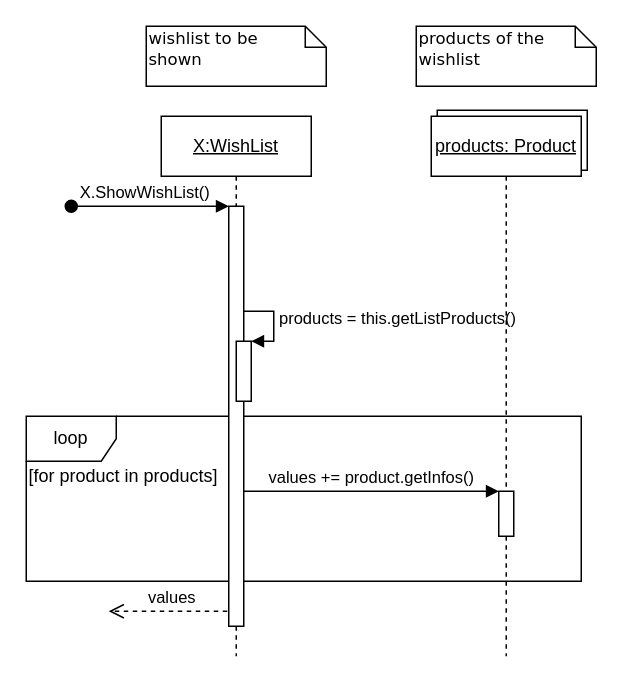
Earlier version of the draw.io diagram Diagrammes/SequenceDiagrams/showWishlist.drawio (NNepper/LSINF1225-2020-GroupeL1.1-WishList). Source tidied: cells renumbered, new cells numbered last; positions are measured from the earlier drawing's top-left corner, leaving out a move shared by most shapes. Both pictures are drawn from the tidied source at 150%, with x=0, y=0 at pixel (26, 26).
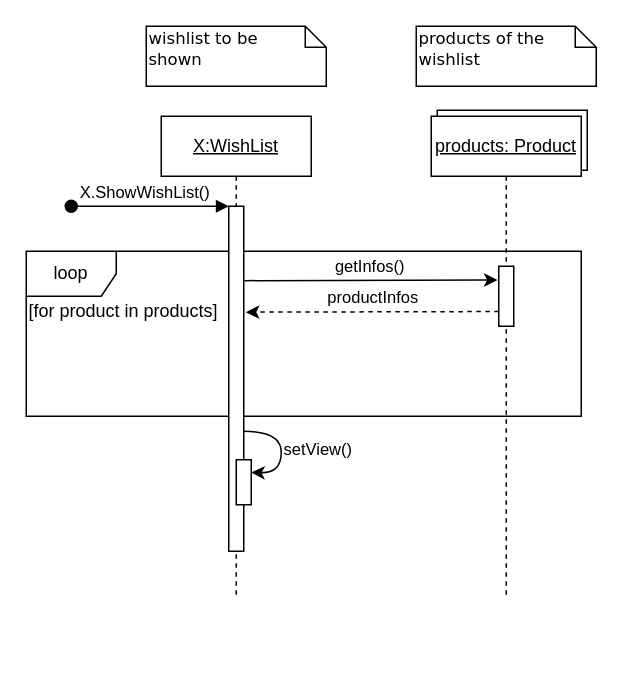
After the change.

Commit message (it also covers changes not shown here):
Adaptation pour l'appli finale

The edit, as a diff of the source:
```diff
@@
     <mxCell id="3" value="loop" style="shape=umlFrame;whiteSpace=wrap;html=1;" parent="1" vertex="1">
-      <mxGeometry y="260" width="370" height="110" as="geometry" />
+      <mxGeometry y="150" width="370" height="110" as="geometry" />
     </mxCell>
-    <mxCell id="4" value="values" style="html=1;verticalAlign=bottom;endArrow=open;dashed=1;endSize=8;" parent="1" edge="1">
-      <mxGeometry relative="1" as="geometry">
-        <mxPoint x="140" y="390" as="sourcePoint" />
-        <mxPoint x="55" y="390" as="targetPoint" />
-      </mxGeometry>
-    </mxCell>
-    <mxCell id="5" value="values += product.getInfos()" style="html=1;verticalAlign=bottom;endArrow=block;entryX=0;entryY=0;" parent="1" edge="1" source="8" target="11">
-      <mxGeometry relative="1" as="geometry" />
-    </mxCell>
     <mxCell id="6" value="&lt;u&gt;X:WishList&lt;/u&gt;" style="shape=umlLifeline;perimeter=lifelinePerimeter;whiteSpace=wrap;html=1;" parent="1" vertex="1">
-      <mxGeometry x="90" y="60" width="100" height="360" as="geometry" />
+      <mxGeometry x="90" y="60" width="100" height="320" as="geometry" />
     </mxCell>
-    <mxCell id="7" value="&lt;span style=&quot;text-align: center ; background-color: rgb(255 , 255 , 255)&quot;&gt;products = this.getListProducts()&lt;/span&gt;" style="edgeStyle=orthogonalEdgeStyle;html=1;align=left;spacingLeft=2;endArrow=block;rounded=0;entryX=1;entryY=0;labelPosition=right;verticalLabelPosition=middle;verticalAlign=middle;labelBackgroundColor=#ffffff;" parent="6" edge="1" target="9">
-      <mxGeometry relative="1" as="geometry">
-        <mxPoint x="50" y="130" as="sourcePoint" />
-        <Array as="points">
-          <mxPoint x="75" y="130" />
-        </Array>
-      </mxGeometry>
-    </mxCell>
     <mxCell id="8" style="html=1;points=[];perimeter=orthogonalPerimeter;" parent="6" vertex="1">
-      <mxGeometry x="45" y="60" width="10" height="280" as="geometry" />
+      <mxGeometry x="45" y="60" width="10" height="230" as="geometry" />
     </mxCell>
-    <mxCell id="9" style="html=1;points=[];perimeter=orthogonalPerimeter;" parent="6" vertex="1">
-      <mxGeometry x="50" y="150" width="10" height="40" as="geometry" />
-    </mxCell>
     <mxCell id="10" value="&lt;u&gt;products: Product&lt;/u&gt;" style="shape=umlLifeline;perimeter=lifelinePerimeter;whiteSpace=wrap;html=1;" parent="1" vertex="1">
-      <mxGeometry x="270" y="60" width="100" height="360" as="geometry" />
+      <mxGeometry x="270" y="60" width="100" height="320" as="geometry" />
     </mxCell>
-    <mxCell id="11" style="html=1;points=[];perimeter=orthogonalPerimeter;" parent="10" vertex="1">
-      <mxGeometry x="45" y="250" width="10" height="30" as="geometry" />
-    </mxCell>
+    <mxCell id="16" style="html=1;points=[];perimeter=orthogonalPerimeter;" parent="10" vertex="1">
+      <mxGeometry x="45" y="100" width="10" height="40" as="geometry" />
+    </mxCell>
+    <mxCell id="17" value="getInfos()" style="endArrow=classic;html=1;entryX=-0.086;entryY=0.229;entryDx=0;entryDy=0;entryPerimeter=0;exitX=1.046;exitY=0.07;exitDx=0;exitDy=0;exitPerimeter=0;labelPosition=center;verticalLabelPosition=top;align=center;verticalAlign=bottom;" parent="10" edge="1" target="16">
+      <mxGeometry relative="1" as="geometry">
+        <mxPoint x="-124.5" y="109.6" as="sourcePoint" />
+      </mxGeometry>
+    </mxCell>
+    <mxCell id="18" value="productInfos" style="endArrow=classic;html=1;dashed=1;entryX=1.137;entryY=0.145;entryDx=0;entryDy=0;entryPerimeter=0;exitX=0.006;exitY=0.755;exitDx=0;exitDy=0;exitPerimeter=0;labelPosition=center;verticalLabelPosition=top;align=center;verticalAlign=bottom;" parent="10" edge="1" source="16">
+      <mxGeometry relative="1" as="geometry">
+        <mxPoint x="-123.6" y="130.6" as="targetPoint" />
+      </mxGeometry>
+    </mxCell>
     <mxCell id="12" value="[for product in products]" style="text;html=1;strokeColor=none;fillColor=none;align=center;verticalAlign=middle;whiteSpace=wrap;rounded=0;" parent="1" vertex="1">
-      <mxGeometry y="290" width="130" height="20" as="geometry" />
+      <mxGeometry y="180" width="130" height="20" as="geometry" />
     </mxCell>
@@
+    <mxCell id="19" style="rounded=0;whiteSpace=wrap;html=1;" parent="1" vertex="1">
+      <mxGeometry x="140" y="289" width="10" height="30" as="geometry" />
+    </mxCell>
+    <mxCell id="20" value="setView()" style="endArrow=classic;html=1;strokeColor=#000000;fontFamily=Helvetica;entryX=1;entryY=0.25;entryDx=0;entryDy=0;curved=1;labelPosition=right;verticalLabelPosition=middle;align=left;verticalAlign=middle;" parent="1" edge="1">
+      <mxGeometry relative="1" as="geometry">
+        <mxPoint x="145" y="270" as="sourcePoint" />
+        <mxPoint x="150" y="297.5" as="targetPoint" />
+        <Array as="points">
+          <mxPoint x="170" y="270" />
+          <mxPoint x="170" y="298" />
+        </Array>
+      </mxGeometry>
+    </mxCell>
```
